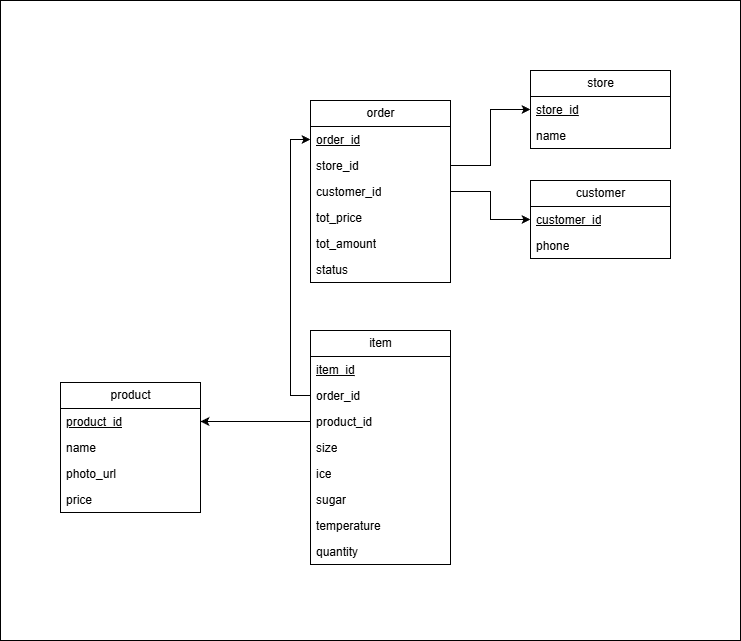
This is structure_pic/schema.drawio.png from chuan-ccw/-, a draw.io export, as it was before one commit. Source tidied: cells renumbered, new cells last; positions are measured from the earlier drawing's top-left corner, leaving out a move shared by most shapes. The source it was exported from:
```xml
<mxGraphModel>
  <root>
    <mxCell id="0" />
    <mxCell id="1" parent="0" />
    <mxCell id="2" style="rounded=0;whiteSpace=wrap;html=1;" parent="1" vertex="1">
      <mxGeometry width="740" height="640" as="geometry" />
    </mxCell>
    <mxCell id="3" value="customer" style="swimlane;fontStyle=0;horizontal=1;startSize=26;fillColor=none;html=1;" parent="1" vertex="1">
      <mxGeometry x="530" y="180" width="140" height="78" as="geometry" />
    </mxCell>
    <mxCell id="4" value="&lt;u&gt;customer_id&lt;/u&gt;" style="text;strokeColor=none;fillColor=none;align=left;verticalAlign=top;spacingLeft=4;spacingRight=4;overflow=hidden;points=[[0,0.5],[1,0.5]];portConstraint=eastwest;whiteSpace=wrap;html=1;" parent="3" vertex="1">
      <mxGeometry y="26" width="140" height="26" as="geometry" />
    </mxCell>
    <mxCell id="5" value="phone" style="text;strokeColor=none;fillColor=none;align=left;verticalAlign=top;spacingLeft=4;spacingRight=4;overflow=hidden;whiteSpace=wrap;html=1;" parent="3" vertex="1">
      <mxGeometry y="52" width="140" height="26" as="geometry" />
    </mxCell>
    <mxCell id="6" value="order" style="swimlane;fontStyle=0;horizontal=1;startSize=26;fillColor=none;html=1;" parent="1" vertex="1">
      <mxGeometry x="310" y="100" width="140" height="182" as="geometry" />
    </mxCell>
    <mxCell id="7" value="&lt;u&gt;order_id&lt;/u&gt;" style="text;strokeColor=none;fillColor=none;align=left;verticalAlign=top;spacingLeft=4;spacingRight=4;overflow=hidden;points=[[0,0.5],[1,0.5]];portConstraint=eastwest;whiteSpace=wrap;html=1;" parent="6" vertex="1">
      <mxGeometry y="26" width="140" height="26" as="geometry" />
    </mxCell>
    <mxCell id="8" value="store_id" style="text;strokeColor=none;fillColor=none;align=left;verticalAlign=top;spacingLeft=4;spacingRight=4;overflow=hidden;points=[[0,0.5],[1,0.5]];portConstraint=eastwest;whiteSpace=wrap;html=1;" parent="6" vertex="1">
      <mxGeometry y="52" width="140" height="26" as="geometry" />
    </mxCell>
    <mxCell id="9" value="customer_id" style="text;strokeColor=none;fillColor=none;align=left;verticalAlign=top;spacingLeft=4;spacingRight=4;overflow=hidden;points=[[0,0.5],[1,0.5]];portConstraint=eastwest;whiteSpace=wrap;html=1;" parent="6" vertex="1">
      <mxGeometry y="78" width="140" height="26" as="geometry" />
    </mxCell>
    <mxCell id="10" value="tot_price" style="text;strokeColor=none;fillColor=none;align=left;verticalAlign=top;spacingLeft=4;spacingRight=4;overflow=hidden;whiteSpace=wrap;html=1;" parent="6" vertex="1">
      <mxGeometry y="104" width="140" height="26" as="geometry" />
    </mxCell>
    <mxCell id="11" value="tot_amount" style="text;strokeColor=none;fillColor=none;align=left;verticalAlign=top;spacingLeft=4;spacingRight=4;overflow=hidden;whiteSpace=wrap;html=1;" parent="6" vertex="1">
      <mxGeometry y="130" width="140" height="26" as="geometry" />
    </mxCell>
    <mxCell id="12" value="status" style="text;strokeColor=none;fillColor=none;align=left;verticalAlign=top;spacingLeft=4;spacingRight=4;overflow=hidden;whiteSpace=wrap;html=1;" parent="6" vertex="1">
      <mxGeometry y="156" width="140" height="26" as="geometry" />
    </mxCell>
    <mxCell id="13" value="item" style="swimlane;fontStyle=0;horizontal=1;startSize=26;fillColor=none;html=1;" parent="1" vertex="1">
      <mxGeometry x="310" y="330" width="140" height="234" as="geometry" />
    </mxCell>
    <mxCell id="14" value="&lt;u&gt;item_id&lt;/u&gt;" style="text;strokeColor=none;fillColor=none;align=left;verticalAlign=top;spacingLeft=4;spacingRight=4;overflow=hidden;whiteSpace=wrap;html=1;" parent="13" vertex="1">
      <mxGeometry y="26" width="140" height="26" as="geometry" />
    </mxCell>
    <mxCell id="15" value="order_id" style="text;strokeColor=none;fillColor=none;align=left;verticalAlign=top;spacingLeft=4;spacingRight=4;overflow=hidden;points=[[0,0.5],[1,0.5]];portConstraint=eastwest;whiteSpace=wrap;html=1;" parent="13" vertex="1">
      <mxGeometry y="52" width="140" height="26" as="geometry" />
    </mxCell>
    <mxCell id="16" value="product_id" style="text;strokeColor=none;fillColor=none;align=left;verticalAlign=top;spacingLeft=4;spacingRight=4;overflow=hidden;points=[[0,0.5],[1,0.5]];portConstraint=eastwest;whiteSpace=wrap;html=1;" parent="13" vertex="1">
      <mxGeometry y="78" width="140" height="26" as="geometry" />
    </mxCell>
    <mxCell id="17" value="size" style="text;strokeColor=none;fillColor=none;align=left;verticalAlign=top;spacingLeft=4;spacingRight=4;overflow=hidden;whiteSpace=wrap;html=1;" parent="13" vertex="1">
      <mxGeometry y="104" width="140" height="26" as="geometry" />
    </mxCell>
    <mxCell id="18" value="ice" style="text;strokeColor=none;fillColor=none;align=left;verticalAlign=top;spacingLeft=4;spacingRight=4;overflow=hidden;whiteSpace=wrap;html=1;" parent="13" vertex="1">
      <mxGeometry y="130" width="140" height="26" as="geometry" />
    </mxCell>
    <mxCell id="19" value="sugar" style="text;strokeColor=none;fillColor=none;align=left;verticalAlign=top;spacingLeft=4;spacingRight=4;overflow=hidden;whiteSpace=wrap;html=1;" parent="13" vertex="1">
      <mxGeometry y="156" width="140" height="26" as="geometry" />
    </mxCell>
    <mxCell id="20" value="temperature" style="text;strokeColor=none;fillColor=none;align=left;verticalAlign=top;spacingLeft=4;spacingRight=4;overflow=hidden;whiteSpace=wrap;html=1;" parent="13" vertex="1">
      <mxGeometry y="182" width="140" height="26" as="geometry" />
    </mxCell>
    <mxCell id="21" value="quantity" style="text;strokeColor=none;fillColor=none;align=left;verticalAlign=top;spacingLeft=4;spacingRight=4;overflow=hidden;whiteSpace=wrap;html=1;" parent="13" vertex="1">
      <mxGeometry y="208" width="140" height="26" as="geometry" />
    </mxCell>
    <mxCell id="22" value="product" style="swimlane;fontStyle=0;horizontal=1;startSize=26;fillColor=none;html=1;" parent="1" vertex="1">
      <mxGeometry x="60" y="382" width="140" height="130" as="geometry" />
    </mxCell>
    <mxCell id="23" value="&lt;u&gt;product_id&lt;/u&gt;" style="text;strokeColor=none;fillColor=none;align=left;verticalAlign=top;spacingLeft=4;spacingRight=4;overflow=hidden;points=[[0,0.5],[1,0.5]];portConstraint=eastwest;whiteSpace=wrap;html=1;" parent="22" vertex="1">
      <mxGeometry y="26" width="140" height="26" as="geometry" />
    </mxCell>
    <mxCell id="24" value="name" style="text;strokeColor=none;fillColor=none;align=left;verticalAlign=top;spacingLeft=4;spacingRight=4;overflow=hidden;whiteSpace=wrap;html=1;" parent="22" vertex="1">
      <mxGeometry y="52" width="140" height="26" as="geometry" />
    </mxCell>
    <mxCell id="25" value="photo_url" style="text;strokeColor=none;fillColor=none;align=left;verticalAlign=top;spacingLeft=4;spacingRight=4;overflow=hidden;whiteSpace=wrap;html=1;" parent="22" vertex="1">
      <mxGeometry y="78" width="140" height="26" as="geometry" />
    </mxCell>
    <mxCell id="26" value="price" style="text;strokeColor=none;fillColor=none;align=left;verticalAlign=top;spacingLeft=4;spacingRight=4;overflow=hidden;whiteSpace=wrap;html=1;" parent="22" vertex="1">
      <mxGeometry y="104" width="140" height="26" as="geometry" />
    </mxCell>
    <mxCell id="27" value="store" style="swimlane;fontStyle=0;horizontal=1;startSize=26;fillColor=none;html=1;" parent="1" vertex="1">
      <mxGeometry x="530" y="70" width="140" height="78" as="geometry" />
    </mxCell>
    <mxCell id="28" value="&lt;u&gt;store_id&lt;/u&gt;" style="text;strokeColor=none;fillColor=none;align=left;verticalAlign=top;spacingLeft=4;spacingRight=4;overflow=hidden;points=[[0,0.5],[1,0.5]];portConstraint=eastwest;whiteSpace=wrap;html=1;" parent="27" vertex="1">
      <mxGeometry y="26" width="140" height="26" as="geometry" />
    </mxCell>
    <mxCell id="29" value="name" style="text;strokeColor=none;fillColor=none;align=left;verticalAlign=top;spacingLeft=4;spacingRight=4;overflow=hidden;whiteSpace=wrap;html=1;" parent="27" vertex="1">
      <mxGeometry y="52" width="140" height="26" as="geometry" />
    </mxCell>
    <mxCell id="30" style="edgeStyle=orthogonalEdgeStyle;rounded=0;jettySize=auto;html=1;exitX=0;exitY=0.5;exitDx=0;exitDy=0;entryX=1;entryY=0.5;entryDx=0;entryDy=0;" parent="1" edge="1" source="16" target="23">
      <mxGeometry relative="1" as="geometry" />
    </mxCell>
    <mxCell id="31" style="edgeStyle=orthogonalEdgeStyle;rounded=0;jettySize=auto;html=1;exitX=0;exitY=0.5;exitDx=0;exitDy=0;entryX=0;entryY=0.5;entryDx=0;entryDy=0;" parent="1" edge="1" source="15" target="7">
      <mxGeometry relative="1" as="geometry" />
    </mxCell>
    <mxCell id="32" style="edgeStyle=orthogonalEdgeStyle;rounded=0;jettySize=auto;html=1;exitX=1;exitY=0.5;exitDx=0;exitDy=0;entryX=0;entryY=0.5;entryDx=0;entryDy=0;" parent="1" edge="1" source="8" target="28">
      <mxGeometry relative="1" as="geometry" />
    </mxCell>
    <mxCell id="33" style="edgeStyle=orthogonalEdgeStyle;rounded=0;jettySize=auto;html=1;exitX=1;exitY=0.5;exitDx=0;exitDy=0;entryX=0;entryY=0.5;entryDx=0;entryDy=0;" parent="1" edge="1" source="9" target="4">
      <mxGeometry relative="1" as="geometry" />
    </mxCell>
  </root>
</mxGraphModel>
```
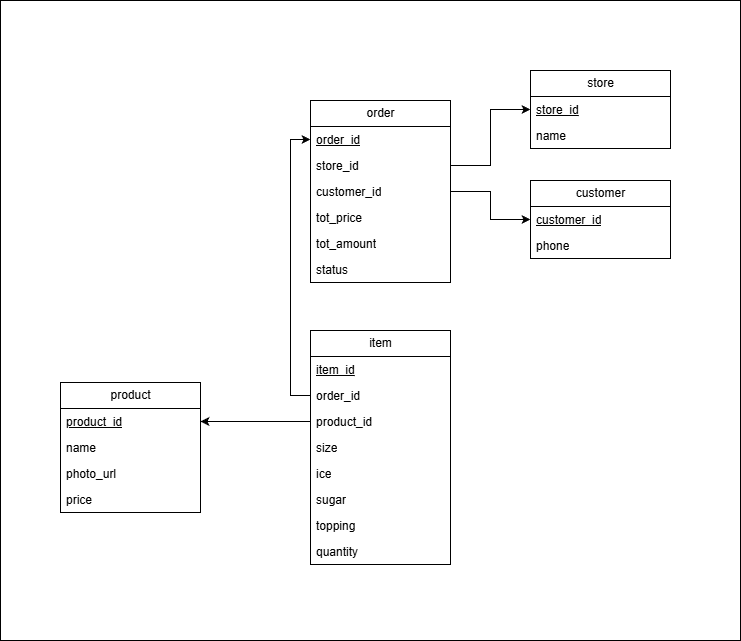
The same diagram one commit later.

Change to the diagram source:
```diff
@@ -56,7 +56,7 @@
     <mxCell id="19" value="sugar" style="text;strokeColor=none;fillColor=none;align=left;verticalAlign=top;spacingLeft=4;spacingRight=4;overflow=hidden;whiteSpace=wrap;html=1;" parent="13" vertex="1">
       <mxGeometry y="156" width="140" height="26" as="geometry" />
     </mxCell>
-    <mxCell id="20" value="temperature" style="text;strokeColor=none;fillColor=none;align=left;verticalAlign=top;spacingLeft=4;spacingRight=4;overflow=hidden;whiteSpace=wrap;html=1;" parent="13" vertex="1">
+    <mxCell id="20" value="topping" style="text;strokeColor=none;fillColor=none;align=left;verticalAlign=top;spacingLeft=4;spacingRight=4;overflow=hidden;whiteSpace=wrap;html=1;" parent="13" vertex="1">
       <mxGeometry y="182" width="140" height="26" as="geometry" />
     </mxCell>
     <mxCell id="21" value="quantity" style="text;strokeColor=none;fillColor=none;align=left;verticalAlign=top;spacingLeft=4;spacingRight=4;overflow=hidden;whiteSpace=wrap;html=1;" parent="13" vertex="1">
```
